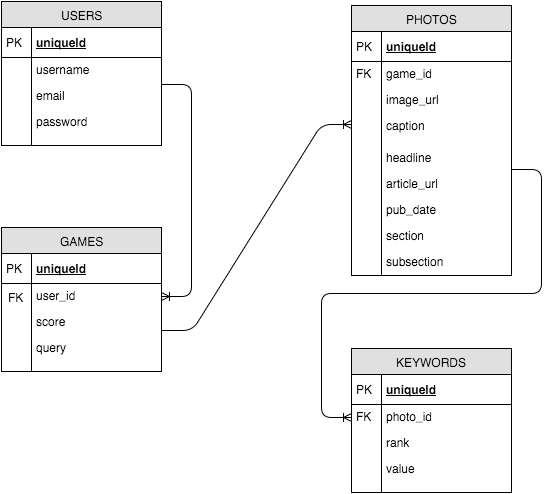
Earlier version of the draw.io export nytphoto.png (shorowitz/bowiefinal). Source tidied: cells renumbered, new cells last; positions are measured from the earlier drawing's top-left corner, leaving out a move shared by most shapes.
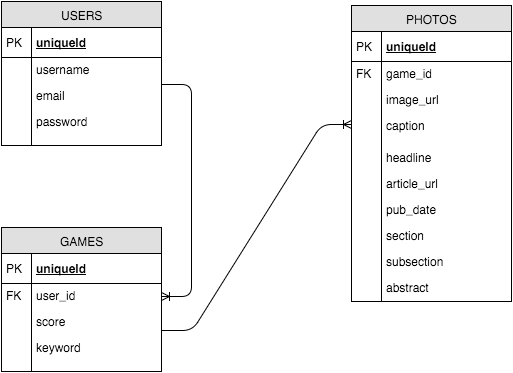
After the change.

What changed in the source:
```diff
@@ -56,7 +56,7 @@
     <mxCell id="19" style="shape=partialRectangle;top=0;left=0;bottom=0;html=1;fillColor=none;align=left;verticalAlign=top;spacingLeft=4;spacingRight=4;whiteSpace=wrap;overflow=hidden;" parent="18" vertex="1">
       <mxGeometry width="30" height="26" as="geometry" />
     </mxCell>
-    <mxCell id="20" value="query" style="shape=partialRectangle;top=0;left=0;right=0;bottom=0;html=1;align=left;verticalAlign=top;fillColor=none;spacingLeft=34;spacingRight=4;whiteSpace=wrap;overflow=hidden;points=[[0,0.5],[1,0.5]];portConstraint=eastwest;" parent="13" vertex="1">
+    <mxCell id="20" value="keyword" style="shape=partialRectangle;top=0;left=0;right=0;bottom=0;html=1;align=left;verticalAlign=top;fillColor=none;spacingLeft=34;spacingRight=4;whiteSpace=wrap;overflow=hidden;points=[[0,0.5],[1,0.5]];portConstraint=eastwest;" parent="13" vertex="1">
       <mxGeometry y="108" width="160" height="26" as="geometry" />
     </mxCell>
     <mxCell id="21" style="shape=partialRectangle;top=0;left=0;bottom=0;html=1;fillColor=none;align=left;verticalAlign=top;spacingLeft=4;spacingRight=4;whiteSpace=wrap;overflow=hidden;" parent="20" vertex="1">
@@ -69,7 +69,7 @@
       <mxGeometry width="30" height="10" as="geometry" />
     </mxCell>
     <mxCell id="24" value="PHOTOS" style="swimlane;html=1;fontStyle=0;horizontal=1;startSize=26;fillColor=#e0e0e0;swimlaneFillColor=#ffffff;align=center;" parent="1" vertex="1">
-      <mxGeometry x="350" y="4" width="160" height="270" as="geometry" />
+      <mxGeometry x="350" y="4" width="160" height="296" as="geometry" />
     </mxCell>
     <mxCell id="25" value="uniqueId" style="shape=partialRectangle;top=0;left=0;right=0;bottom=1;html=1;align=left;verticalAlign=middle;fillColor=none;spacingLeft=34;spacingRight=4;whiteSpace=wrap;overflow=hidden;fontStyle=5;" parent="24" vertex="1">
       <mxGeometry y="26" width="160" height="30" as="geometry" />
@@ -131,39 +131,12 @@
     <mxCell id="44" style="shape=partialRectangle;top=0;left=0;bottom=0;html=1;fillColor=none;align=left;verticalAlign=top;spacingLeft=4;spacingRight=4;whiteSpace=wrap;overflow=hidden;" parent="43" vertex="1">
       <mxGeometry width="30" height="26" as="geometry" />
     </mxCell>
-    <mxCell id="45" value="KEYWORDS" style="swimlane;html=1;fontStyle=0;horizontal=1;startSize=26;fillColor=#e0e0e0;swimlaneFillColor=#ffffff;align=center;" parent="1" vertex="1">
-      <mxGeometry x="350" y="347" width="160" height="144" as="geometry" />
-    </mxCell>
-    <mxCell id="46" value="uniqueId" style="shape=partialRectangle;top=0;left=0;right=0;bottom=1;html=1;align=left;verticalAlign=middle;fillColor=none;spacingLeft=34;spacingRight=4;whiteSpace=wrap;overflow=hidden;fontStyle=5;" parent="45" vertex="1">
-      <mxGeometry y="26" width="160" height="30" as="geometry" />
-    </mxCell>
-    <mxCell id="47" value="PK" style="shape=partialRectangle;top=0;left=0;bottom=0;html=1;fillColor=none;align=left;verticalAlign=middle;spacingLeft=4;spacingRight=4;whiteSpace=wrap;overflow=hidden;" parent="46" vertex="1">
-      <mxGeometry width="30" height="30" as="geometry" />
-    </mxCell>
-    <mxCell id="48" value="photo_id" style="shape=partialRectangle;top=0;left=0;right=0;bottom=0;html=1;align=left;verticalAlign=top;fillColor=none;spacingLeft=34;spacingRight=4;whiteSpace=wrap;overflow=hidden;points=[[0,0.5],[1,0.5]];portConstraint=eastwest;" parent="45" vertex="1">
-      <mxGeometry y="56" width="160" height="26" as="geometry" />
-    </mxCell>
-    <mxCell id="49" value="FK" style="shape=partialRectangle;top=0;left=0;bottom=0;html=1;fillColor=none;align=left;verticalAlign=top;spacingLeft=4;spacingRight=4;whiteSpace=wrap;overflow=hidden;" parent="48" vertex="1">
-      <mxGeometry width="30" height="26" as="geometry" />
-    </mxCell>
-    <mxCell id="50" value="rank" style="shape=partialRectangle;top=0;left=0;right=0;bottom=0;html=1;align=left;verticalAlign=top;fillColor=none;spacingLeft=34;spacingRight=4;whiteSpace=wrap;overflow=hidden;" parent="45" vertex="1">
-      <mxGeometry y="82" width="160" height="26" as="geometry" />
-    </mxCell>
-    <mxCell id="51" style="shape=partialRectangle;top=0;left=0;bottom=0;html=1;fillColor=none;align=left;verticalAlign=top;spacingLeft=4;spacingRight=4;whiteSpace=wrap;overflow=hidden;" parent="50" vertex="1">
-      <mxGeometry width="30" height="26" as="geometry" />
-    </mxCell>
-    <mxCell id="52" value="value" style="shape=partialRectangle;top=0;left=0;right=0;bottom=0;html=1;align=left;verticalAlign=top;fillColor=none;spacingLeft=34;spacingRight=4;whiteSpace=wrap;overflow=hidden;" parent="45" vertex="1">
-      <mxGeometry y="108" width="160" height="26" as="geometry" />
-    </mxCell>
-    <mxCell id="53" style="shape=partialRectangle;top=0;left=0;bottom=0;html=1;fillColor=none;align=left;verticalAlign=top;spacingLeft=4;spacingRight=4;whiteSpace=wrap;overflow=hidden;" parent="52" vertex="1">
-      <mxGeometry width="30" height="26" as="geometry" />
-    </mxCell>
-    <mxCell id="54" style="shape=partialRectangle;top=0;left=0;right=0;bottom=0;html=1;align=left;verticalAlign=top;fillColor=none;spacingLeft=34;spacingRight=4;whiteSpace=wrap;overflow=hidden;" parent="45" vertex="1">
-      <mxGeometry y="134" width="160" height="10" as="geometry" />
-    </mxCell>
-    <mxCell id="55" style="shape=partialRectangle;top=0;left=0;bottom=0;html=1;fillColor=none;align=left;verticalAlign=top;spacingLeft=4;spacingRight=4;whiteSpace=wrap;overflow=hidden;" parent="54" vertex="1">
-      <mxGeometry width="30" height="10" as="geometry" />
-    </mxCell>
+    <mxCell id="59" value="abstract" style="shape=partialRectangle;top=0;left=0;right=0;bottom=0;html=1;align=left;verticalAlign=top;fillColor=none;spacingLeft=34;spacingRight=4;whiteSpace=wrap;overflow=hidden;" parent="24" vertex="1">
+      <mxGeometry y="270" width="160" height="26" as="geometry" />
+    </mxCell>
+    <mxCell id="60" style="shape=partialRectangle;top=0;left=0;bottom=0;html=1;fillColor=none;align=left;verticalAlign=top;spacingLeft=4;spacingRight=4;whiteSpace=wrap;overflow=hidden;" parent="59" vertex="1">
+      <mxGeometry width="30" height="26" as="geometry" />
+    </mxCell>
     <mxCell id="56" style="edgeStyle=entityRelationEdgeStyle;html=1;endArrow=ERoneToMany;" parent="1" edge="1" target="16">
       <mxGeometry relative="1" as="geometry">
         <mxPoint x="160" y="83" as="sourcePoint" />
@@ -172,8 +145,5 @@
     <mxCell id="57" style="edgeStyle=entityRelationEdgeStyle;html=1;endArrow=ERoneToMany;exitX=1.006;exitY=-0.192;exitPerimeter=0;entryX=0;entryY=0.5;" parent="1" edge="1" source="20" target="31">
       <mxGeometry relative="1" as="geometry" />
     </mxCell>
-    <mxCell id="58" style="edgeStyle=entityRelationEdgeStyle;html=1;endArrow=ERoneToMany;entryX=0;entryY=0.5;exitX=1;exitY=-0.077;exitPerimeter=0;" parent="1" edge="1" source="37" target="48">
-      <mxGeometry relative="1" as="geometry" />
-    </mxCell>
   </root>
 </mxGraphModel>
```
